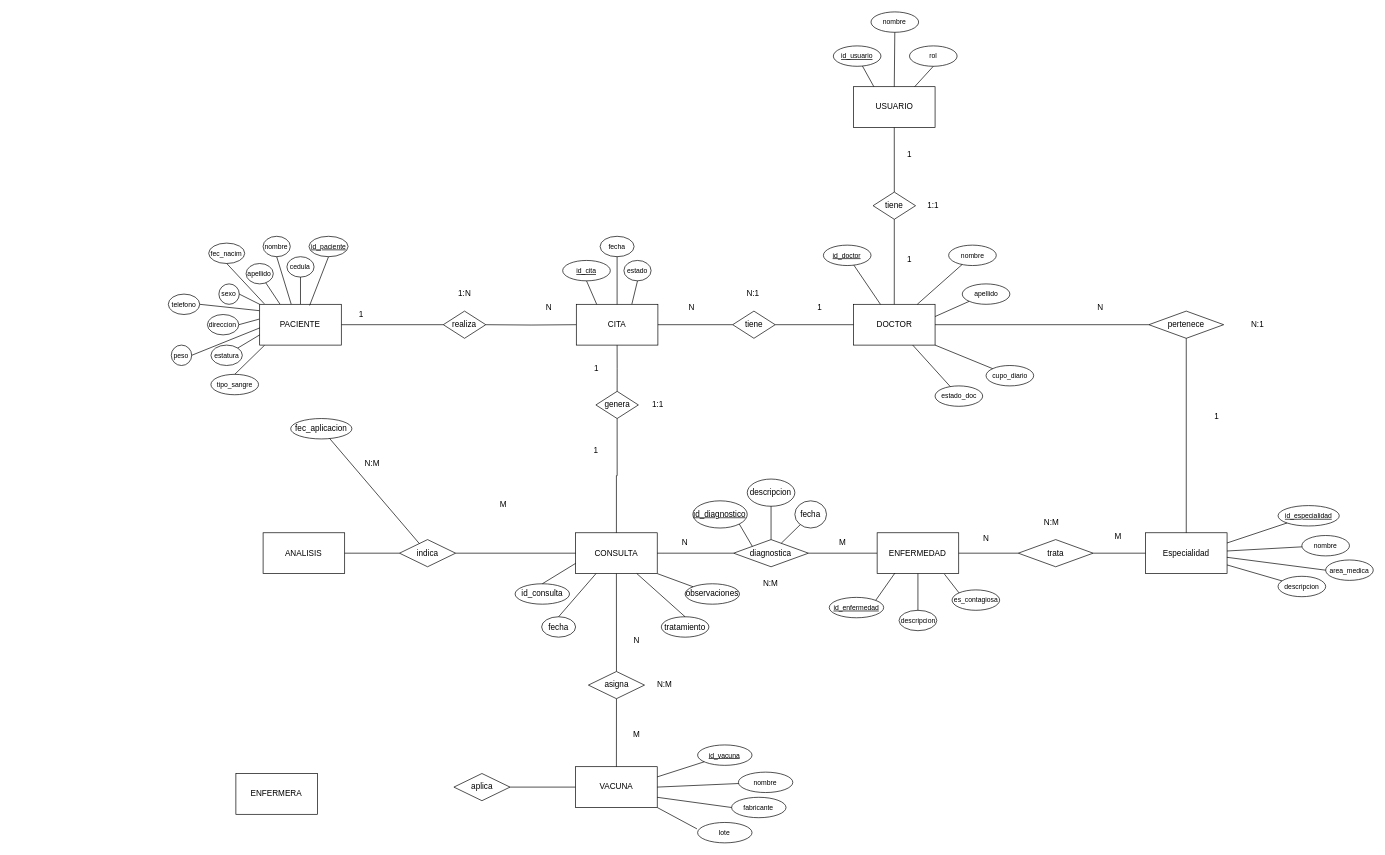
Before: DER (1).drawio in lizmarietorres123/ProyectoFinalBD, a draw.io diagram. Source tidied: cells renumbered, new cells numbered last; positions are measured from the earlier drawing's top-left corner, leaving out a move shared by most shapes. Both pictures are drawn from the tidied source at 68%, with x=0, y=0 at pixel (168, 12).
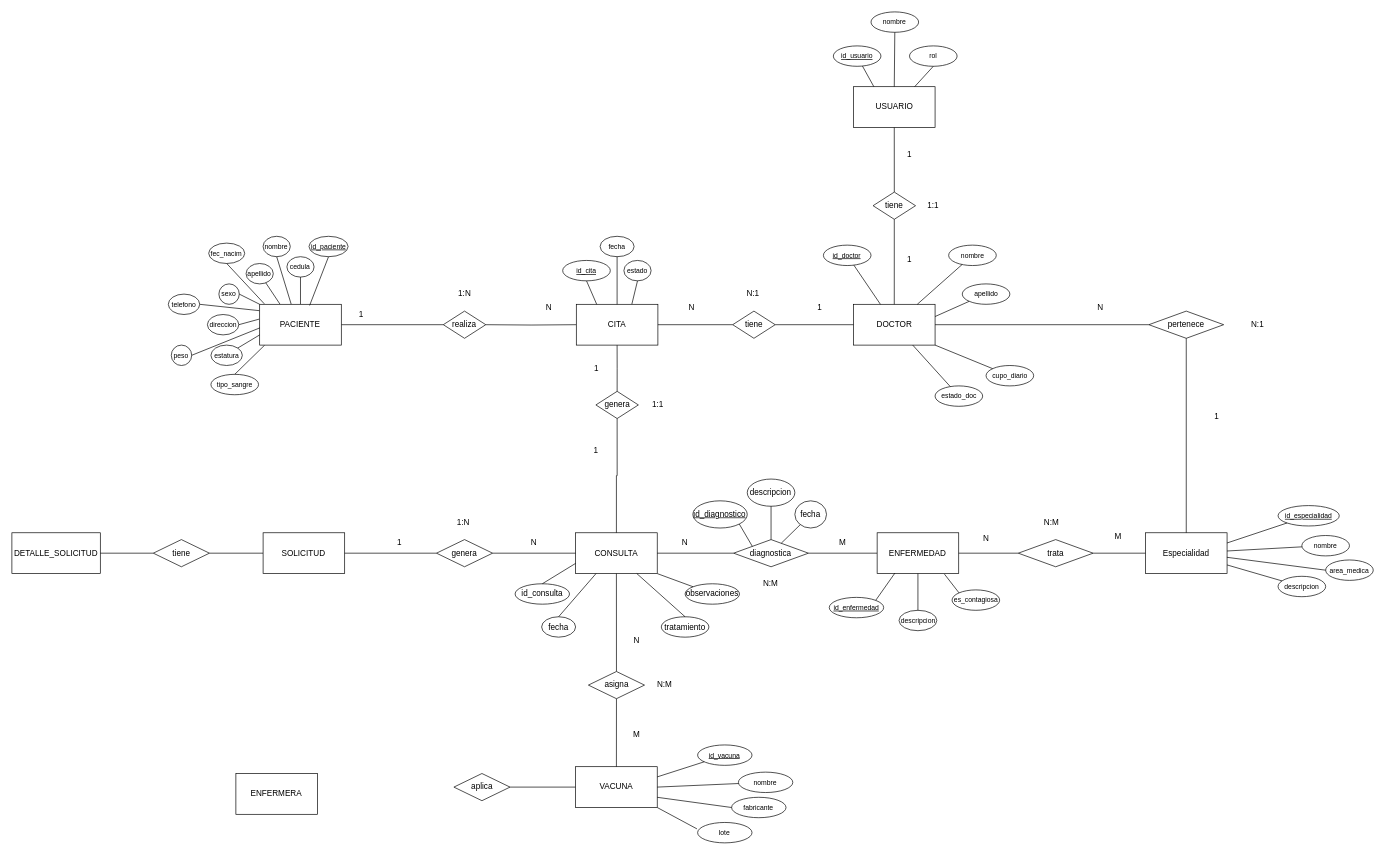
After the change.

Commit message:
Plantear solicitud para realizar análisis y vacunas

The edit, as a diff of the source:
```diff
@@
-    <mxCell id="37" value="indica" style="rhombus;whiteSpace=wrap;html=1;" parent="1" vertex="1">
-      <mxGeometry x="340" y="776" width="82.5" height="40" as="geometry" />
+    <mxCell id="37" value="genera" style="rhombus;whiteSpace=wrap;html=1;" parent="1" vertex="1">
+      <mxGeometry x="394.4" y="776" width="82.5" height="40" as="geometry" />
     </mxCell>
-    <mxCell id="38" value="N:M" style="text;html=1;whiteSpace=wrap;strokeColor=none;fillColor=none;align=center;verticalAlign=middle;rounded=0;" parent="1" vertex="1">
-      <mxGeometry x="270" y="650" width="60" height="30" as="geometry" />
-    </mxCell>
@@
-    <mxCell id="40" value="M" style="text;html=1;whiteSpace=wrap;strokeColor=none;fillColor=none;align=center;verticalAlign=middle;rounded=0;" parent="1" vertex="1">
-      <mxGeometry x="462.5" y="710" width="60" height="30" as="geometry" />
+    <mxCell id="40" value="1" style="text;html=1;whiteSpace=wrap;strokeColor=none;fillColor=none;align=center;verticalAlign=middle;rounded=0;" parent="1" vertex="1">
+      <mxGeometry x="310" y="766" width="60" height="30" as="geometry" />
     </mxCell>
@@
-    <mxCell id="42" value="fec_aplicacion" style="ellipse;whiteSpace=wrap;html=1;fontStyle=0;" parent="1" vertex="1">
-      <mxGeometry x="180" y="598" width="90" height="30" as="geometry" />
-    </mxCell>
-    <mxCell id="43" style="rounded=0;jettySize=auto;html=1;endArrow=none;endFill=0;" parent="1" edge="1" source="37" target="42">
-      <mxGeometry relative="1" as="geometry" />
-    </mxCell>
@@
+    <mxCell id="152" style="edgeStyle=orthogonalEdgeStyle;rounded=0;jettySize=auto;html=1;endArrow=none;endFill=0;" parent="1" edge="1" source="130" target="157">
+      <mxGeometry relative="1" as="geometry" />
+    </mxCell>
-    <mxCell id="130" value="ANALISIS" style="rounded=0;whiteSpace=wrap;html=1;" parent="1" vertex="1">
+    <mxCell id="130" value="SOLICITUD" style="rounded=0;whiteSpace=wrap;html=1;" parent="1" vertex="1">
       <mxGeometry x="139.4" y="766" width="120" height="60" as="geometry" />
     </mxCell>
@@
+    <mxCell id="153" value="N" style="text;html=1;whiteSpace=wrap;strokeColor=none;fillColor=none;align=center;verticalAlign=middle;rounded=0;" parent="1" vertex="1">
+      <mxGeometry x="508" y="766" width="60" height="30" as="geometry" />
+    </mxCell>
+    <mxCell id="154" value="1:N" style="text;html=1;whiteSpace=wrap;strokeColor=none;fillColor=none;align=center;verticalAlign=middle;rounded=0;" parent="1" vertex="1">
+      <mxGeometry x="404.4" y="736" width="60" height="30" as="geometry" />
+    </mxCell>
+    <mxCell id="155" value="DETALLE_SOLICITUD" style="rounded=0;whiteSpace=wrap;html=1;" parent="1" vertex="1">
+      <mxGeometry x="-230" y="766" width="130" height="60" as="geometry" />
+    </mxCell>
+    <mxCell id="156" style="edgeStyle=orthogonalEdgeStyle;rounded=0;jettySize=auto;html=1;exitX=0;exitY=0.5;exitDx=0;exitDy=0;entryX=1;entryY=0.5;entryDx=0;entryDy=0;endArrow=none;endFill=0;" parent="1" edge="1" source="157" target="155">
+      <mxGeometry relative="1" as="geometry" />
+    </mxCell>
+    <mxCell id="157" value="tiene" style="rhombus;whiteSpace=wrap;html=1;" parent="1" vertex="1">
+      <mxGeometry x="-22" y="776" width="82.5" height="40" as="geometry" />
+    </mxCell>
```
